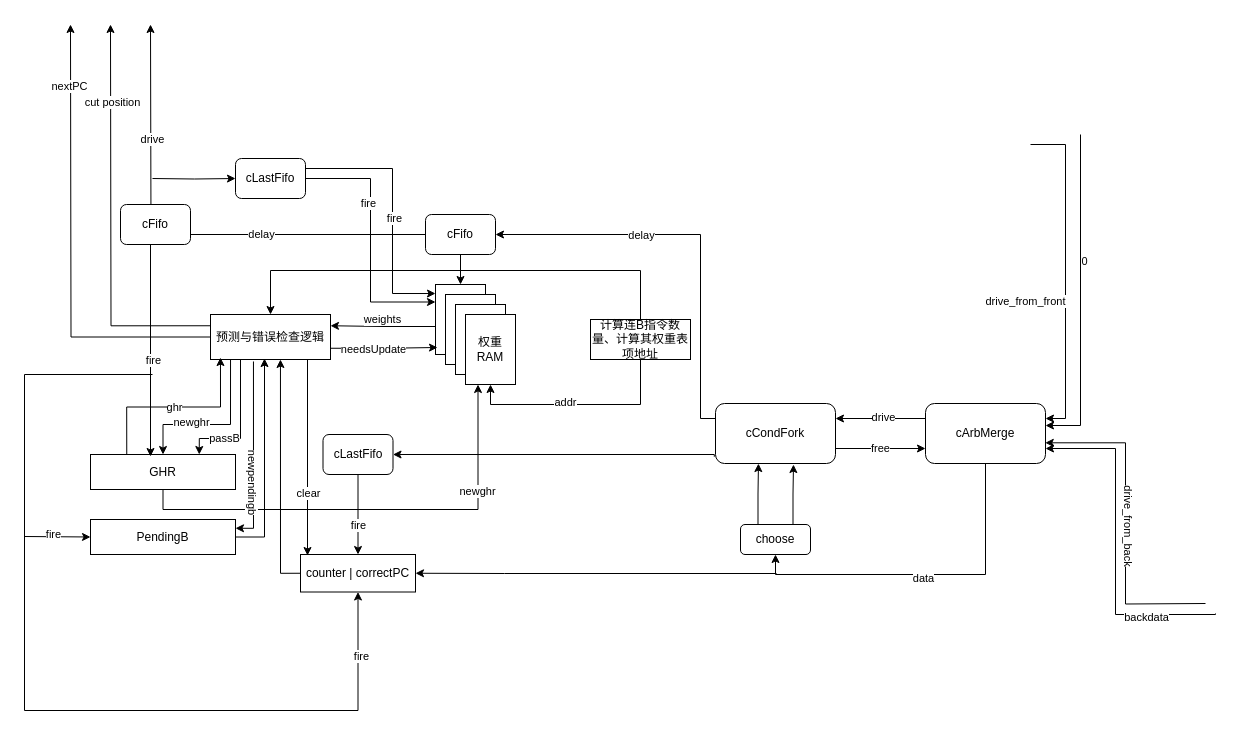
Earlier version of the draw.io diagram page "BProcess" (2 of 2) of asyncFrontendOverview.drawio (zhangxm99/LZUcomputer). Source tidied: cells renumbered, new cells numbered last; positions are measured from the earlier drawing's top-left corner, leaving out a move shared by most shapes. Both pictures are drawn from the tidied source at 100%, with x=0, y=0 at pixel (24, 24).
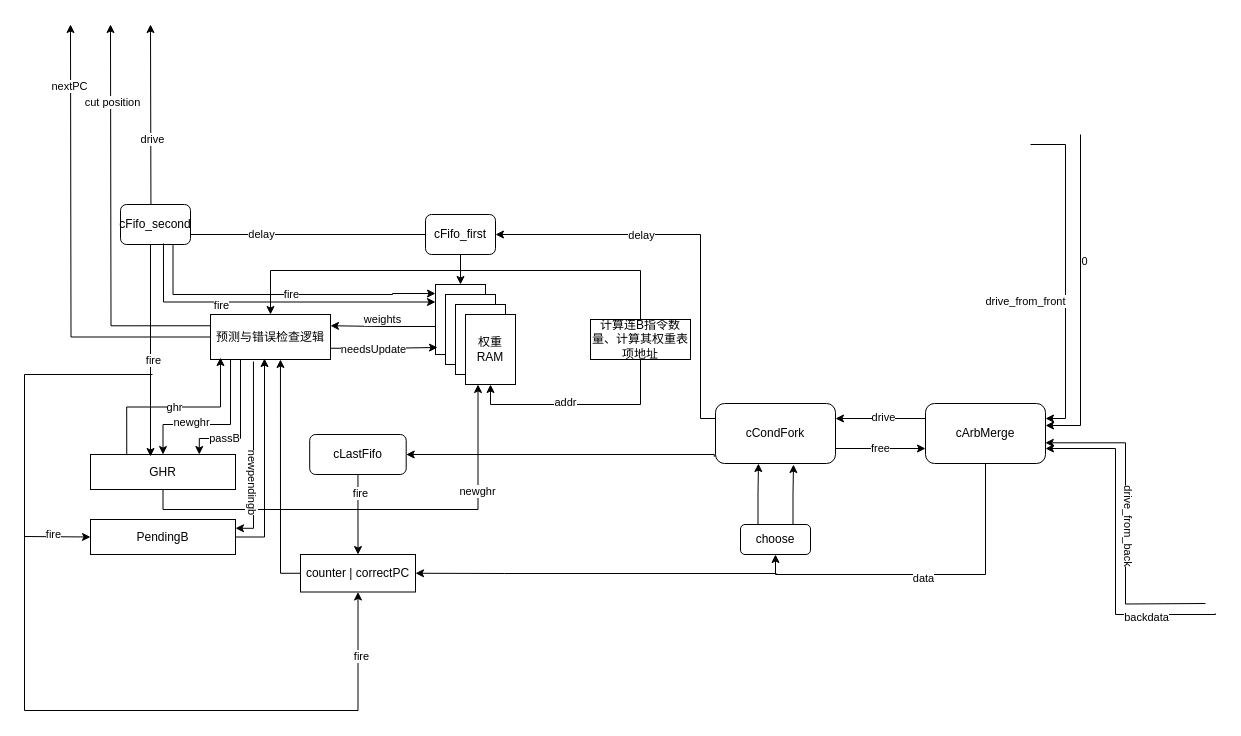
After the change.

The change refers to these unchanged cells:
```xml
<mxCell id="18" value="cCondFork" style="rounded=1;whiteSpace=wrap;html=1;" parent="1" vertex="1">
  <mxGeometry x="691" y="379" width="120" height="60" as="geometry" />
</mxCell>
<mxCell id="34" style="rounded=0;whiteSpace=wrap;html=1;" parent="1" vertex="1">
  <mxGeometry x="411" y="260" width="50" height="70" as="geometry" />
</mxCell>
<mxCell id="46" value="预测与错误检查逻辑" style="rounded=0;whiteSpace=wrap;html=1;" parent="1" vertex="1">
  <mxGeometry x="186" y="290" width="120" height="45" as="geometry" />
</mxCell>
<mxCell id="55" value="counter | correctPC" style="rounded=0;whiteSpace=wrap;html=1;" parent="1" vertex="1">
  <mxGeometry x="276" y="530" width="115" height="37.5" as="geometry" />
</mxCell>
<mxCell id="59" style="edgeStyle=orthogonalEdgeStyle;rounded=0;jettySize=auto;html=1;exitX=0.5;exitY=1;exitDx=0;exitDy=0;entryX=0.5;entryY=0;entryDx=0;entryDy=0;" parent="1" edge="1" source="61" target="55">
  <mxGeometry relative="1" as="geometry" />
</mxCell>
```

Diff of the diagram source:
```diff
@@
-    <mxCell id="17" style="edgeStyle=orthogonalEdgeStyle;rounded=0;jettySize=auto;html=1;exitX=-0.01;exitY=0.887;exitDx=0;exitDy=0;entryX=1;entryY=0.5;entryDx=0;entryDy=0;exitPerimeter=0;" parent="1" edge="1" source="18" target="61">
+    <mxCell id="17" style="edgeStyle=orthogonalEdgeStyle;rounded=0;jettySize=auto;html=1;exitX=-0.01;exitY=0.887;exitDx=0;exitDy=0;exitPerimeter=0;entryX=1;entryY=0.5;entryDx=0;entryDy=0;" parent="1" edge="1" source="18" target="61">
       <mxGeometry relative="1" as="geometry">
         <Array as="points">
           <mxPoint x="690" y="430" />
         </Array>
       </mxGeometry>
     </mxCell>
@@
-    <mxCell id="29" value="cFifo" style="rounded=1;whiteSpace=wrap;html=1;" parent="1" vertex="1">
+    <mxCell id="29" value="cFifo_first" style="rounded=1;whiteSpace=wrap;html=1;" parent="1" vertex="1">
       <mxGeometry x="401" y="190" width="70" height="40" as="geometry" />
     </mxCell>
@@
-    <mxCell id="44" style="edgeStyle=orthogonalEdgeStyle;rounded=0;jettySize=auto;html=1;exitX=0.75;exitY=1;exitDx=0;exitDy=0;entryX=0.061;entryY=0.027;entryDx=0;entryDy=0;entryPerimeter=0;" parent="1" edge="1" source="46" target="55">
-      <mxGeometry relative="1" as="geometry">
-        <Array as="points">
-          <mxPoint x="283" y="335" />
-        </Array>
-      </mxGeometry>
-    </mxCell>
-    <mxCell id="45" value="clear" style="edgeLabel;html=1;align=center;verticalAlign=middle;" parent="44" vertex="1">
-      <mxGeometry x="0.39" relative="1" as="geometry" />
-    </mxCell>
@@
-    <mxCell id="56" value="cFifo" style="rounded=1;whiteSpace=wrap;html=1;" parent="1" vertex="1">
+    <mxCell id="56" value="cFifo_second" style="rounded=1;whiteSpace=wrap;html=1;" parent="1" vertex="1">
       <mxGeometry x="96" y="180" width="70" height="40" as="geometry" />
     </mxCell>
@@
     <mxCell id="60" value="fire" style="edgeLabel;html=1;align=center;verticalAlign=middle;" parent="59" vertex="1">
       <mxGeometry x="-0.04" y="-3" relative="1" as="geometry">
-        <mxPoint x="3" y="12" as="offset" />
+        <mxPoint x="5" y="-20" as="offset" />
       </mxGeometry>
     </mxCell>
     <mxCell id="61" value="cLastFifo" style="rounded=1;whiteSpace=wrap;html=1;" parent="1" vertex="1">
-      <mxGeometry x="298.5" y="410" width="70" height="40" as="geometry" />
+      <mxGeometry x="285.2" y="410" width="96.5" height="40" as="geometry" />
     </mxCell>
@@
-    <mxCell id="71" style="edgeStyle=orthogonalEdgeStyle;rounded=0;jettySize=auto;html=1;exitX=0;exitY=0.5;exitDx=0;exitDy=0;entryX=0;entryY=0.5;entryDx=0;entryDy=0;" parent="1" edge="1" target="72">
-      <mxGeometry relative="1" as="geometry">
-        <mxPoint x="128" y="154" as="sourcePoint" />
-      </mxGeometry>
-    </mxCell>
-    <mxCell id="72" value="cLastFifo" style="rounded=1;whiteSpace=wrap;html=1;" parent="1" vertex="1">
-      <mxGeometry x="211" y="134" width="70" height="40" as="geometry" />
-    </mxCell>
-    <mxCell id="73" style="edgeStyle=orthogonalEdgeStyle;rounded=0;jettySize=auto;html=1;exitX=1;exitY=0.5;exitDx=0;exitDy=0;entryX=0;entryY=0.25;entryDx=0;entryDy=0;" parent="1" edge="1" source="72" target="34">
+    <mxCell id="73" style="edgeStyle=orthogonalEdgeStyle;rounded=0;jettySize=auto;html=1;exitX=0.614;exitY=0.975;exitDx=0;exitDy=0;entryX=0;entryY=0.25;entryDx=0;entryDy=0;exitPerimeter=0;" parent="1" edge="1" source="56" target="34">
       <mxGeometry relative="1" as="geometry" />
     </mxCell>
@@
-    <mxCell id="75" style="edgeStyle=orthogonalEdgeStyle;rounded=0;jettySize=auto;html=1;exitX=1;exitY=0.25;exitDx=0;exitDy=0;entryX=0;entryY=0.129;entryDx=0;entryDy=0;entryPerimeter=0;" parent="1" edge="1" source="72" target="34">
+    <mxCell id="75" style="edgeStyle=orthogonalEdgeStyle;rounded=0;jettySize=auto;html=1;exitX=0.75;exitY=1;exitDx=0;exitDy=0;entryX=0;entryY=0.129;entryDx=0;entryDy=0;entryPerimeter=0;" parent="1" edge="1" source="56" target="34">
       <mxGeometry relative="1" as="geometry">
         <Array as="points">
-          <mxPoint x="368" y="144" />
-          <mxPoint x="368" y="269" />
+          <mxPoint x="149" y="270" />
+          <mxPoint x="368" y="270" />
         </Array>
       </mxGeometry>
     </mxCell>
```
